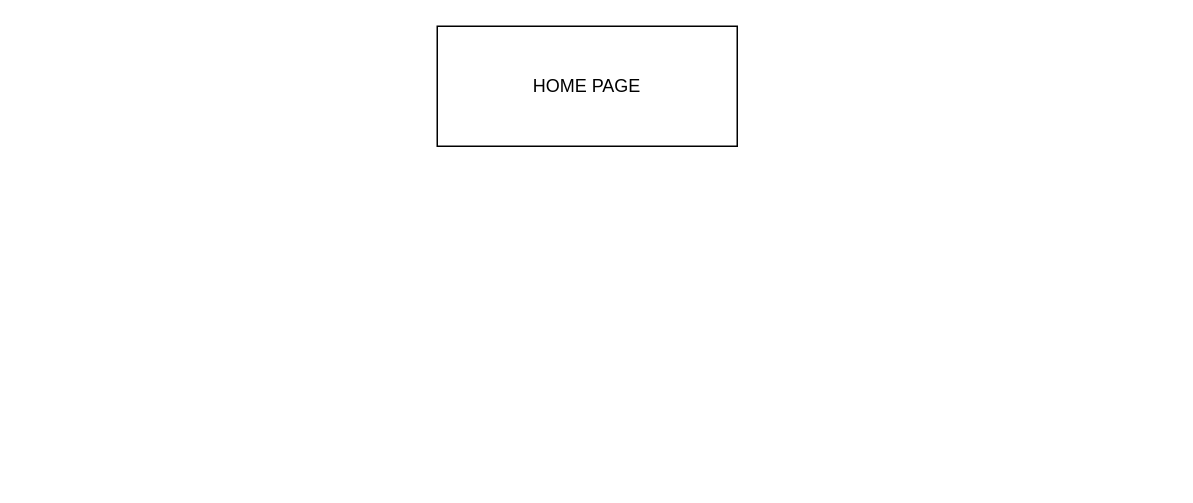
dp0204/guiao1 keeps this draw.io diagram as Diagrama sem nome.drawio. Above is the earlier version. Source tidied: cells renumbered, new cells numbered last; positions are measured from the earlier drawing's top-left corner, leaving out a move shared by most shapes. Both pictures are drawn from the tidied source at 150%, with x=0, y=0 at pixel (436, 26).
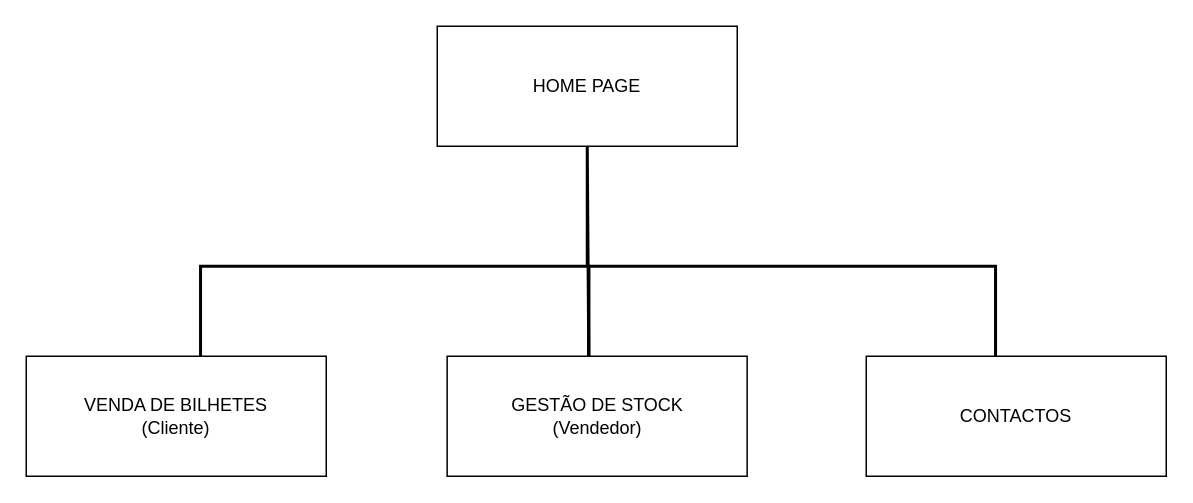
Above is the later version.

What changed in the source:
```diff
@@
 <mxGraphModel>
   <root>
     <mxCell id="0" />
     <mxCell id="1" parent="0" />
     <mxCell id="2" value="HOME PAGE" style="rounded=0;whiteSpace=wrap;html=1;" parent="1" vertex="1">
       <mxGeometry width="200" height="80" as="geometry" />
     </mxCell>
+    <mxCell id="3" style="strokeWidth=2;html=1;shape=mxgraph.flowchart.annotation_1;align=left;rotation=90;" parent="1" vertex="1">
+      <mxGeometry x="-58.4" y="60.6" width="60" height="258.8" as="geometry" />
+    </mxCell>
+    <mxCell id="4" style="endArrow=none;html=1;rounded=0;strokeWidth=2;entryX=1;entryY=0;entryDx=0;entryDy=0;entryPerimeter=0;" parent="1" edge="1" target="3">
+      <mxGeometry relative="1" as="geometry">
+        <mxPoint x="100" y="160" as="sourcePoint" />
+        <Array as="points">
+          <mxPoint x="100" y="80" />
+        </Array>
+      </mxGeometry>
+    </mxCell>
+    <mxCell id="5" style="strokeWidth=2;html=1;shape=mxgraph.flowchart.annotation_1;align=left;rotation=90;" parent="1" vertex="1">
+      <mxGeometry x="206.6" y="54.4" width="60" height="271.2" as="geometry" />
+    </mxCell>
+    <mxCell id="6" value="VENDA DE BILHETES&lt;br&gt;(Cliente)" style="rounded=0;whiteSpace=wrap;html=1;" parent="1" vertex="1">
+      <mxGeometry x="-274" y="220" width="200" height="80" as="geometry" />
+    </mxCell>
+    <mxCell id="7" value="GESTÃO DE STOCK&lt;br&gt;(Vendedor)" style="rounded=0;whiteSpace=wrap;html=1;" parent="1" vertex="1">
+      <mxGeometry x="6.6" y="220" width="200" height="80" as="geometry" />
+    </mxCell>
+    <mxCell id="8" value="CONTACTOS" style="rounded=0;whiteSpace=wrap;html=1;" parent="1" vertex="1">
+      <mxGeometry x="286" y="220" width="200" height="80" as="geometry" />
+    </mxCell>
   </root>
 </mxGraphModel>
```
